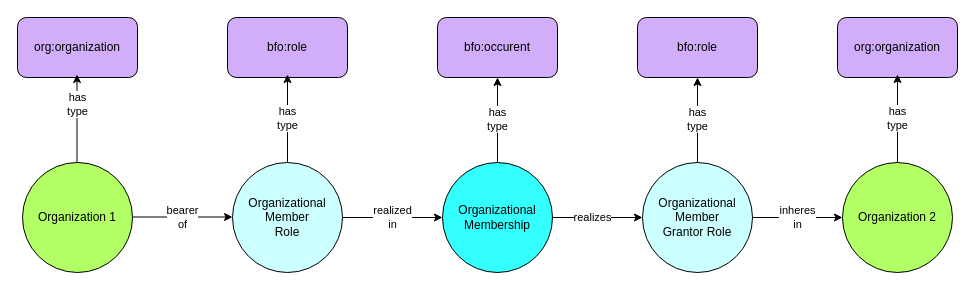
Above: docs/img/membership-pattern.drawio in mconlon17/organization-ontology (draw.io), before the change. Source tidied: cells renumbered, new cells numbered last; positions are measured from the earlier drawing's top-left corner, leaving out a move shared by most shapes. Both pictures are drawn from the tidied source at 100%, with x=0, y=0 at pixel (17, 17).
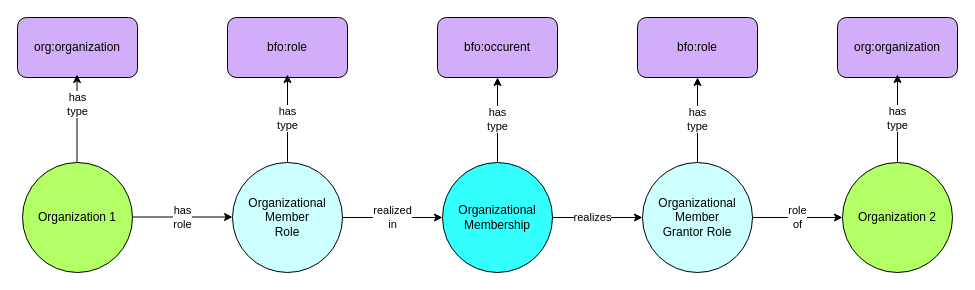
After the change.

Commit message (it also covers changes not shown here):
has role and role of on figures

Unchanged cells that the change refers to:
```xml
<mxCell id="8" value="&lt;div&gt;Organizational&lt;/div&gt;&lt;div&gt;Member&lt;/div&gt;&lt;div&gt;Grantor Role&lt;br&gt;&lt;/div&gt;" style="ellipse;whiteSpace=wrap;html=1;fillColor=#CCFFFF;" parent="1" vertex="1">
  <mxGeometry x="625" y="145" width="110" height="110" as="geometry" />
</mxCell>
<mxCell id="9" value="Organization 2" style="ellipse;whiteSpace=wrap;html=1;fillColor=#B3FF66;" parent="1" vertex="1">
  <mxGeometry x="825" y="145" width="110" height="110" as="geometry" />
</mxCell>
```

Change to the diagram source:
```diff
@@
-    <mxCell id="13" value="&lt;div&gt;inheres&lt;/div&gt;&lt;div&gt;in&lt;br&gt;&lt;/div&gt;" style="endArrow=classic;html=1;exitX=1;exitY=0.5;exitDx=0;exitDy=0;entryX=0;entryY=0.5;entryDx=0;entryDy=0;" parent="1" edge="1" source="8" target="9">
+    <mxCell id="13" value="&lt;div&gt;role&lt;/div&gt;&lt;div&gt;of&lt;/div&gt;" style="endArrow=classic;html=1;exitX=1;exitY=0.5;exitDx=0;exitDy=0;entryX=0;entryY=0.5;entryDx=0;entryDy=0;" parent="1" edge="1" source="8" target="9">
       <mxGeometry relative="1" as="geometry" />
     </mxCell>
@@
-    <mxCell id="21" value="&lt;div&gt;bearer&lt;/div&gt;&lt;div&gt;of&lt;br&gt;&lt;/div&gt;" style="endArrow=classic;html=1;exitX=1;exitY=0.5;exitDx=0;exitDy=0;entryX=0;entryY=0.5;entryDx=0;entryDy=0;" parent="1" edge="1">
+    <mxCell id="21" value="&lt;div&gt;has&lt;/div&gt;&lt;div&gt;role&lt;/div&gt;" style="endArrow=classic;html=1;exitX=1;exitY=0.5;exitDx=0;exitDy=0;entryX=0;entryY=0.5;entryDx=0;entryDy=0;" parent="1" edge="1">
       <mxGeometry relative="1" as="geometry">
         <mxPoint x="115" y="199.5" as="sourcePoint" />
         <mxPoint x="215" y="199.5" as="targetPoint" />
       </mxGeometry>
     </mxCell>
```
